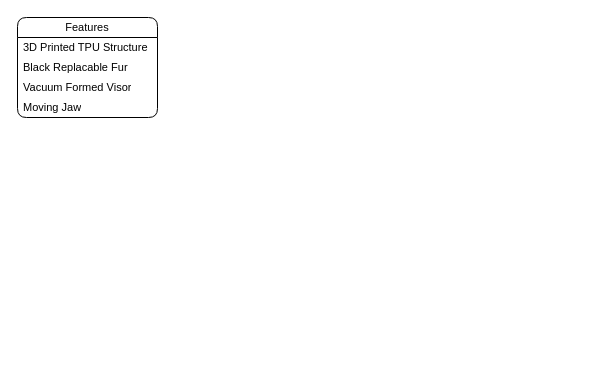
This is page "Hardware" (3 of 6) of Documents/Diagram.drawio from Cyberspecies/Crow-Head, a draw.io file, before an edit. Source tidied: cells renumbered, new cells numbered last; positions are measured from the earlier drawing's top-left corner, leaving out a move shared by most shapes. Both pictures are drawn from the tidied source at 100%, with x=0, y=0 at pixel (17, 17).
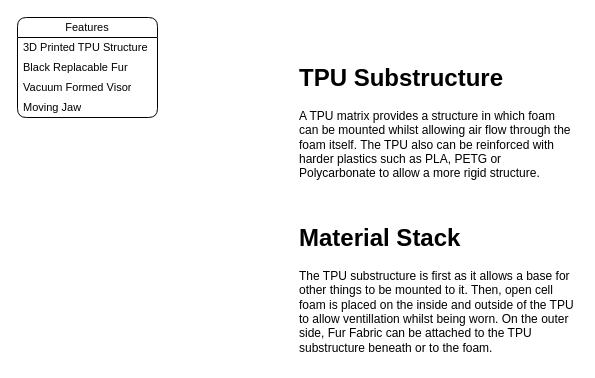
The same page after the edit.

Commit message:
Added some feature description

The edit, as a diff of the source:
```diff
@@
 <mxGraphModel>
   <root>
     <mxCell id="0" />
     <mxCell id="1" parent="0" />
     <mxCell id="2" value="Features" style="swimlane;fontStyle=0;horizontal=1;startSize=20;whiteSpace=wrap;html=1;fontFamily=Helvetica;fontSize=11;fontColor=default;labelBackgroundColor=default;rounded=1;" parent="1" vertex="1">
       <mxGeometry width="140" height="100" as="geometry" />
     </mxCell>
     <mxCell id="3" value="3D Printed TPU Structure" style="text;strokeColor=none;fillColor=none;align=left;verticalAlign=middle;spacingLeft=4;spacingRight=4;overflow=hidden;whiteSpace=wrap;html=1;fontFamily=Helvetica;fontSize=11;fontColor=default;labelBackgroundColor=default;" parent="2" vertex="1">
       <mxGeometry y="20" width="140" height="20" as="geometry" />
     </mxCell>
     <mxCell id="4" value="Black Replacable Fur" style="text;strokeColor=none;fillColor=none;align=left;verticalAlign=middle;spacingLeft=4;spacingRight=4;overflow=hidden;whiteSpace=wrap;html=1;fontFamily=Helvetica;fontSize=11;fontColor=default;labelBackgroundColor=default;" parent="2" vertex="1">
       <mxGeometry y="40" width="140" height="20" as="geometry" />
     </mxCell>
     <mxCell id="5" value="Vacuum Formed Visor" style="text;strokeColor=none;fillColor=none;align=left;verticalAlign=middle;spacingLeft=4;spacingRight=4;overflow=hidden;whiteSpace=wrap;html=1;fontFamily=Helvetica;fontSize=11;fontColor=default;labelBackgroundColor=default;" parent="2" vertex="1">
       <mxGeometry y="60" width="140" height="20" as="geometry" />
     </mxCell>
     <mxCell id="6" value="Moving Jaw" style="text;strokeColor=none;fillColor=none;align=left;verticalAlign=middle;spacingLeft=4;spacingRight=4;overflow=hidden;whiteSpace=wrap;html=1;fontFamily=Helvetica;fontSize=11;fontColor=default;labelBackgroundColor=default;" parent="2" vertex="1">
       <mxGeometry y="80" width="140" height="20" as="geometry" />
     </mxCell>
+    <mxCell id="7" value="&lt;h1 style=&quot;margin-top: 0px;&quot;&gt;TPU Substructure&lt;/h1&gt;&lt;p&gt;A TPU matrix provides a structure in which foam can be mounted whilst allowing air flow through the foam itself. The TPU also can be reinforced with harder plastics such as PLA, PETG or Polycarbonate to allow a more rigid structure.&lt;/p&gt;" style="text;html=1;whiteSpace=wrap;overflow=hidden;rounded=0;" parent="1" vertex="1">
+      <mxGeometry x="280" y="40" width="280" height="130" as="geometry" />
+    </mxCell>
+    <mxCell id="8" value="&lt;h1 style=&quot;margin-top: 0px;&quot;&gt;Material Stack&lt;/h1&gt;&lt;p&gt;The TPU substructure is first as it allows a base for other things to be mounted to it. Then, open cell foam is placed on the inside and outside of the TPU to allow ventillation whilst being worn. On the outer side, Fur Fabric can be attached to the TPU substructure beneath or to the foam.&lt;/p&gt;" style="text;html=1;whiteSpace=wrap;overflow=hidden;rounded=0;" parent="1" vertex="1">
+      <mxGeometry x="280" y="200" width="280" height="140" as="geometry" />
+    </mxCell>
   </root>
 </mxGraphModel>
```
